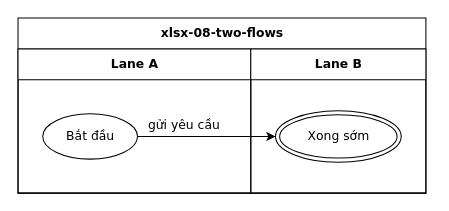
Above: conformance/golden/cases/xlsx-08-two-flows.drawio in luytbq/flowcast (draw.io), before the change. Source tidied: cells renumbered, new cells numbered last; positions are measured from the earlier drawing's top-left corner, leaving out a move shared by most shapes. Both pictures are drawn from the tidied source at 103%, with x=0, y=0 at pixel (18, 18).
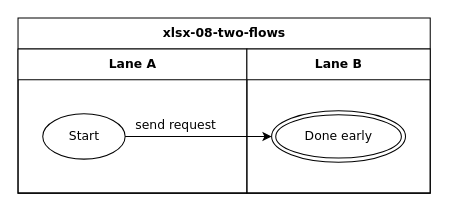
The same page after the edit.

The edit, as a diff of the source:
```diff
@@
 <mxGraphModel>
   <root>
     <mxCell id="0" />
     <mxCell id="1" parent="0" />
     <mxCell id="2" value="xlsx-08-two-flows" style="swimlane;html=1;startSize=30;fontStyle=1;fontFamily=Verdana;fontSize=12;flowtable=1;" parent="1" vertex="1">
-      <mxGeometry width="396" height="170" as="geometry" />
+      <mxGeometry width="400.2" height="170" as="geometry" />
     </mxCell>
     <mxCell id="3" value="Lane A" style="swimlane;html=1;startSize=30;fontFamily=Verdana;fontSize=12;flowtable=1;" parent="2" vertex="1">
-      <mxGeometry y="30" width="226" height="140" as="geometry" />
+      <mxGeometry y="30" width="222.2" height="140" as="geometry" />
     </mxCell>
     <mxCell id="4" value="Lane B" style="swimlane;html=1;startSize=30;fontFamily=Verdana;fontSize=12;flowtable=1;" parent="2" vertex="1">
-      <mxGeometry x="226" y="30" width="170" height="140" as="geometry" />
+      <mxGeometry x="222.2" y="30" width="178" height="140" as="geometry" />
     </mxCell>
-    <mxCell id="5" value="Bắt đầu" style="ellipse;html=1;fontFamily=Verdana;fontSize=12;flowtable=1;" parent="3" vertex="1">
-      <mxGeometry x="24" y="63" width="92" height="44" as="geometry" />
+    <mxCell id="5" value="Start" style="ellipse;html=1;fontFamily=Verdana;fontSize=12;flowtable=1;" parent="3" vertex="1">
+      <mxGeometry x="24" y="63" width="80" height="44" as="geometry" />
     </mxCell>
-    <mxCell id="6" value="Xong sớm" style="shape=doubleEllipse;html=1;fontFamily=Verdana;fontSize=12;flowtable=1;" parent="4" vertex="1">
-      <mxGeometry x="24" y="60" width="122" height="50" as="geometry" />
+    <mxCell id="6" value="Done early" style="shape=doubleEllipse;html=1;fontFamily=Verdana;fontSize=12;flowtable=1;" parent="4" vertex="1">
+      <mxGeometry x="24" y="60" width="130" height="50" as="geometry" />
     </mxCell>
-    <mxCell id="7" value="gửi yêu cầu" style="edgeStyle=orthogonalEdgeStyle;rounded=0;jettySize=auto;html=1;labelBackgroundColor=default;exitX=1;exitY=0.5;exitDx=0;exitDy=0;entryX=0;entryY=0.5;entryDx=0;entryDy=0;fontFamily=Verdana;fontSize=12;flowtable=1;" parent="2" edge="1" source="5" target="6">
-      <mxGeometry x="-0.33" relative="1" as="geometry">
+    <mxCell id="7" value="send request" style="edgeStyle=orthogonalEdgeStyle;rounded=0;jettySize=auto;html=1;labelBackgroundColor=default;exitX=1;exitY=0.5;exitDx=0;exitDy=0;entryX=0;entryY=0.5;entryDx=0;entryDy=0;fontFamily=Verdana;fontSize=12;flowtable=1;" parent="2" edge="1" source="5" target="6">
+      <mxGeometry x="-0.31" relative="1" as="geometry">
         <mxPoint y="-11.5" as="offset" />
       </mxGeometry>
     </mxCell>
   </root>
 </mxGraphModel>
```
